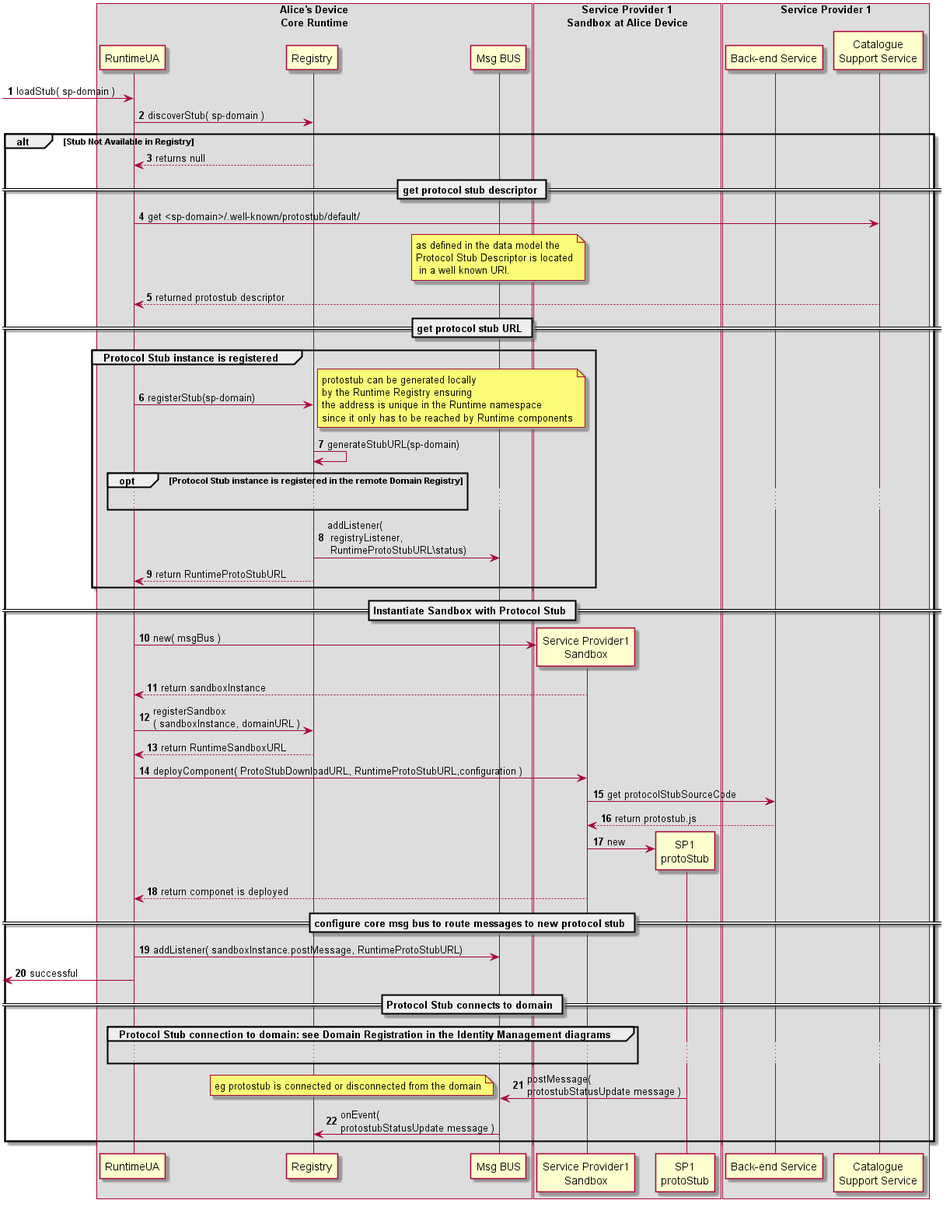
Before: docs/specs/runtime/dynamic-view/basics/deploy-protostub.png, a diagram exported from PlantUML (reTHINK-project/core-framework). Its source is kept beside it as docs/specs/runtime/dynamic-view/basics/deploy-protostub.plantuml.
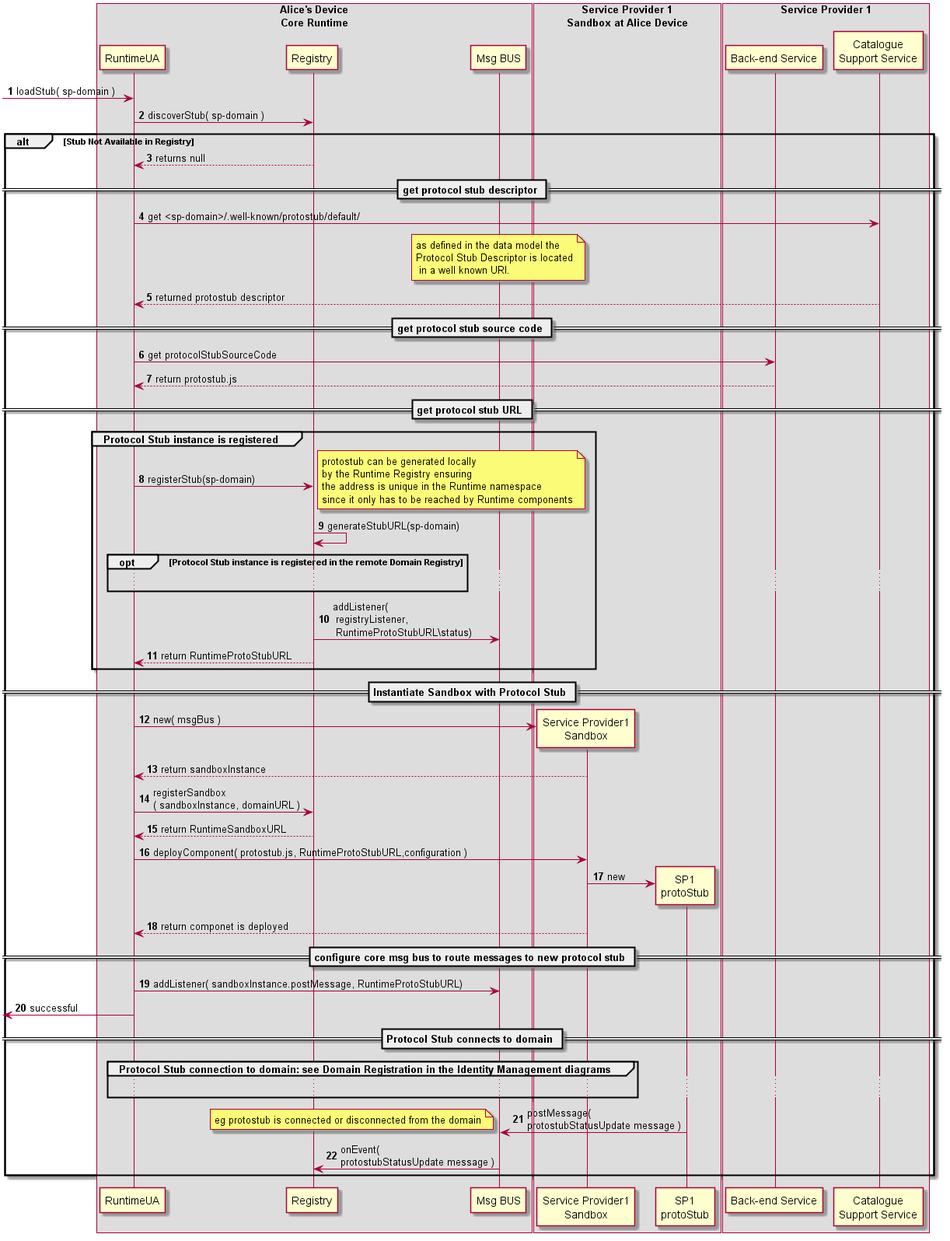
After the commit.

Commit message:
draft deploy Hyperty Interceptor procedure added

Change to the diagram source:
```diff
@@ -40,6 +40,12 @@
 
 	RunUA@A <-- Cat1 : returned protostub descriptor
 
+	== get protocol stub source code ==
+
+	RunUA@A -> SP1 : get protocolStubSourceCode
+
+	RunUA@A <-- SP1 : return protostub.js
+
 	== get protocol stub URL ==
 
 	group Protocol Stub instance is registered
@@ -74,12 +80,9 @@
 
 	RunUA@A <-- RunReg@A : return RuntimeSandboxURL
 
-	RunUA@A -> Sand1@A : deployComponent( ProtoStubDownloadURL, RuntimeProtoStubURL,configuration )
+	RunUA@A -> Sand1@A : deployComponent( protostub.js, RuntimeProtoStubURL,configuration )
 
 
-	Sand1@A -> SP1 : get protocolStubSourceCode
-
-	Sand1@A <-- SP1 : return protostub.js
 
 	create Proto1@A
 	Sand1@A -> Proto1@A : new
```
